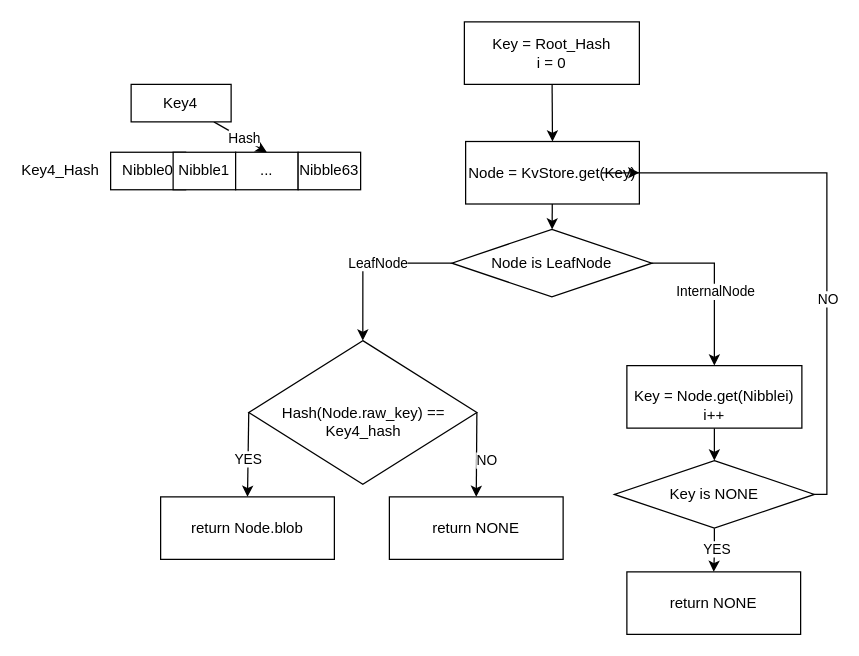
The draw.io diagram page "search" (7 of 7) of static/smt.drawio in starcoinorg/starcoin-cookbook, before the edit. Source tidied: cells renumbered, new cells numbered last; positions are measured from the earlier drawing's top-left corner, leaving out a move shared by most shapes. Both pictures are drawn from the tidied source at 125%, with x=0, y=0 at pixel (22, 21).
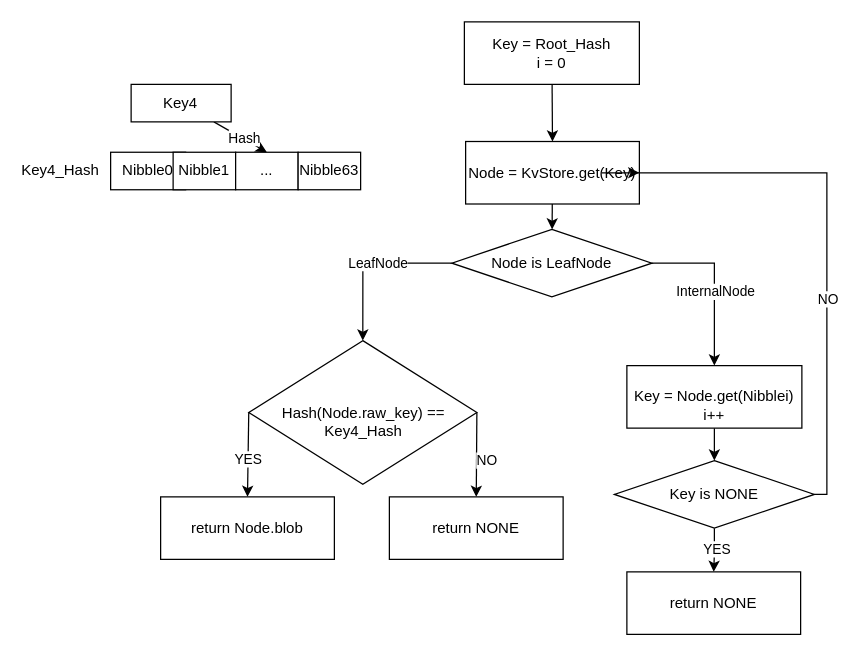
The same page after the edit.

Diff of the diagram source:
```diff
@@
-    <mxCell id="18" value="&lt;br&gt;Hash(Node.raw_key) == Key4_hash" style="rhombus;whiteSpace=wrap;html=1;" parent="1" vertex="1">
+    <mxCell id="18" value="&lt;br&gt;Hash(Node.raw_key) == Key4_Hash" style="rhombus;whiteSpace=wrap;html=1;" parent="1" vertex="1">
       <mxGeometry x="180.5" y="255" width="182.5" height="115" as="geometry" />
     </mxCell>
```
